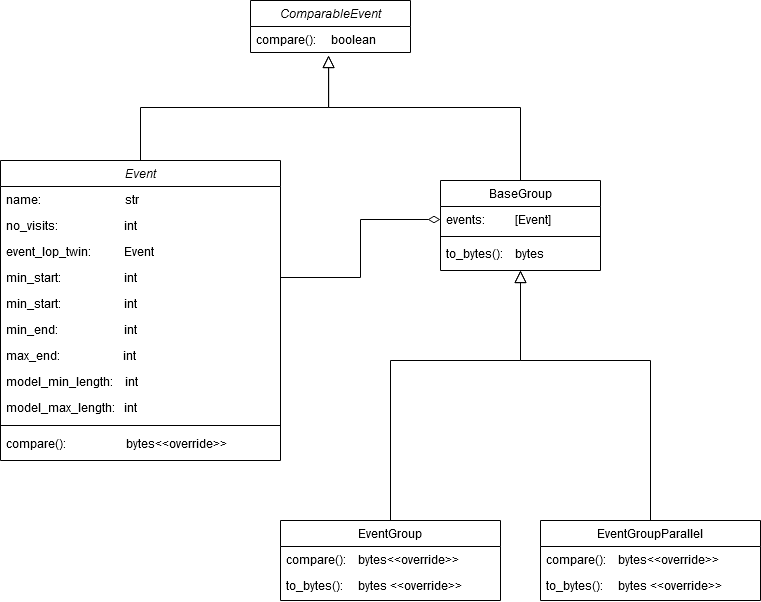
The draw.io diagram PracaInzynierskaTex/EventUML.png in psm8/automated-business-process-discovery, before a commit. Source tidied: cells renumbered, new cells last; positions are measured from the earlier drawing's top-left corner, leaving out a move shared by most shapes. The source it was exported from:
```xml
<mxGraphModel>
  <root>
    <mxCell id="0" />
    <mxCell id="1" parent="0" />
    <mxCell id="2" value="EventGroup" style="swimlane;fontStyle=0;align=center;verticalAlign=top;horizontal=1;startSize=26;rounded=0;shadow=0;strokeWidth=1;" parent="1" vertex="1">
      <mxGeometry x="280" y="520" width="220" height="80" as="geometry" />
    </mxCell>
    <mxCell id="3" value="compare():    bytes&lt;&lt;override&gt;&gt;" style="text;align=left;verticalAlign=top;spacingLeft=4;spacingRight=4;overflow=hidden;" parent="2" vertex="1">
      <mxGeometry y="26" width="220" height="26" as="geometry" />
    </mxCell>
    <mxCell id="4" value="to_bytes():     bytes &lt;&lt;override&gt;&gt;" style="text;align=left;verticalAlign=top;spacingLeft=4;spacingRight=4;overflow=hidden;" parent="2" vertex="1">
      <mxGeometry y="52" width="220" height="26" as="geometry" />
    </mxCell>
    <mxCell id="5" style="endArrow=block;endSize=10;endFill=0;shadow=0;strokeWidth=1;rounded=0;edgeStyle=elbowEdgeStyle;elbow=vertical;entryX=0.5;entryY=1;entryDx=0;entryDy=0;exitX=0.5;exitY=0;exitDx=0;exitDy=0;" parent="1" edge="1" source="2" target="10">
      <mxGeometry relative="1" as="geometry">
        <Array as="points">
          <mxPoint x="420" y="360" />
          <mxPoint x="180" y="580" />
        </Array>
      </mxGeometry>
    </mxCell>
    <mxCell id="6" value="EventGroupParallel" style="swimlane;fontStyle=0;align=center;verticalAlign=top;horizontal=1;startSize=26;rounded=0;shadow=0;strokeWidth=1;" parent="1" vertex="1">
      <mxGeometry x="540" y="520" width="220" height="80" as="geometry" />
    </mxCell>
    <mxCell id="7" value="compare():    bytes&lt;&lt;override&gt;&gt;" style="text;align=left;verticalAlign=top;spacingLeft=4;spacingRight=4;overflow=hidden;" parent="6" vertex="1">
      <mxGeometry y="26" width="220" height="26" as="geometry" />
    </mxCell>
    <mxCell id="8" value="to_bytes():     bytes &lt;&lt;override&gt;&gt;" style="text;align=left;verticalAlign=top;spacingLeft=4;spacingRight=4;overflow=hidden;" parent="6" vertex="1">
      <mxGeometry y="52" width="220" height="26" as="geometry" />
    </mxCell>
    <mxCell id="9" style="endArrow=block;endSize=10;endFill=0;shadow=0;strokeWidth=1;rounded=0;edgeStyle=elbowEdgeStyle;elbow=vertical;entryX=0.5;entryY=1;entryDx=0;entryDy=0;exitX=0.5;exitY=0;exitDx=0;exitDy=0;" parent="1" edge="1" source="6" target="10">
      <mxGeometry relative="1" as="geometry">
        <Array as="points">
          <mxPoint x="450" y="360" />
          <mxPoint x="300" y="580" />
        </Array>
      </mxGeometry>
    </mxCell>
    <mxCell id="10" value="BaseGroup" style="swimlane;fontStyle=0;align=center;verticalAlign=top;horizontal=1;startSize=26;rounded=0;shadow=0;strokeWidth=1;" parent="1" vertex="1">
      <mxGeometry x="440" y="180" width="160" height="90" as="geometry" />
    </mxCell>
    <mxCell id="11" value="events:          [Event]" style="text;align=left;verticalAlign=top;spacingLeft=4;spacingRight=4;overflow=hidden;points=[[0,0.5],[1,0.5]];portConstraint=eastwest;" parent="10" vertex="1">
      <mxGeometry y="26" width="160" height="26" as="geometry" />
    </mxCell>
    <mxCell id="12" style="line;html=1;strokeWidth=1;align=left;verticalAlign=middle;spacingTop=-1;spacingLeft=3;spacingRight=3;labelPosition=right;" parent="10" vertex="1">
      <mxGeometry y="52" width="160" height="8" as="geometry" />
    </mxCell>
    <mxCell id="13" value="to_bytes():    bytes" style="text;align=left;verticalAlign=top;spacingLeft=4;spacingRight=4;overflow=hidden;" parent="10" vertex="1">
      <mxGeometry y="60" width="160" height="26" as="geometry" />
    </mxCell>
    <mxCell id="14" value="ComparableEvent" style="swimlane;fontStyle=2;align=center;verticalAlign=top;horizontal=1;startSize=26;rounded=0;shadow=0;strokeWidth=1;" parent="1" vertex="1">
      <mxGeometry x="250" width="160" height="52" as="geometry" />
    </mxCell>
    <mxCell id="15" value="compare():     boolean" style="text;align=left;verticalAlign=top;spacingLeft=4;spacingRight=4;overflow=hidden;points=[[0,0.5],[1,0.5]];portConstraint=eastwest;" parent="14" vertex="1">
      <mxGeometry y="26" width="160" height="26" as="geometry" />
    </mxCell>
    <mxCell id="16" style="edgeStyle=elbowEdgeStyle;rounded=0;jettySize=auto;html=1;entryX=0.488;entryY=1.115;entryDx=0;entryDy=0;entryPerimeter=0;endArrow=block;endFill=0;endSize=10;elbow=vertical;" parent="1" edge="1" source="17" target="15">
      <mxGeometry relative="1" as="geometry">
        <Array as="points">
          <mxPoint x="330" y="107" />
        </Array>
      </mxGeometry>
    </mxCell>
    <mxCell id="17" value="Event" style="swimlane;fontStyle=2;align=center;verticalAlign=top;horizontal=1;startSize=26;rounded=0;shadow=0;strokeWidth=1;" parent="1" vertex="1">
      <mxGeometry y="160" width="280" height="300" as="geometry" />
    </mxCell>
    <mxCell id="18" value="name:                            str&#10;" style="text;align=left;verticalAlign=top;spacingLeft=4;spacingRight=4;overflow=hidden;" parent="17" vertex="1">
      <mxGeometry y="26" width="280" height="26" as="geometry" />
    </mxCell>
    <mxCell id="19" value="no_visits:                      int" style="text;align=left;verticalAlign=top;spacingLeft=4;spacingRight=4;overflow=hidden;rounded=0;shadow=0;html=0;" parent="17" vertex="1">
      <mxGeometry y="52" width="280" height="26" as="geometry" />
    </mxCell>
    <mxCell id="20" value="event_lop_twin:           Event" style="text;align=left;verticalAlign=top;spacingLeft=4;spacingRight=4;overflow=hidden;rounded=0;shadow=0;html=0;" parent="17" vertex="1">
      <mxGeometry y="78" width="280" height="26" as="geometry" />
    </mxCell>
    <mxCell id="21" value="min_start:                     int" style="text;align=left;verticalAlign=top;spacingLeft=4;spacingRight=4;overflow=hidden;points=[[0,0.5],[1,0.5]];portConstraint=eastwest;rounded=0;shadow=0;html=0;" parent="17" vertex="1">
      <mxGeometry y="104" width="280" height="26" as="geometry" />
    </mxCell>
    <mxCell id="22" value="min_start:                     int" style="text;align=left;verticalAlign=top;spacingLeft=4;spacingRight=4;overflow=hidden;rounded=0;shadow=0;html=0;" parent="17" vertex="1">
      <mxGeometry y="130" width="280" height="26" as="geometry" />
    </mxCell>
    <mxCell id="23" value="min_end:                      int" style="text;align=left;verticalAlign=top;spacingLeft=4;spacingRight=4;overflow=hidden;rounded=0;shadow=0;html=0;" parent="17" vertex="1">
      <mxGeometry y="156" width="280" height="26" as="geometry" />
    </mxCell>
    <mxCell id="24" value="max_end:                     int" style="text;align=left;verticalAlign=top;spacingLeft=4;spacingRight=4;overflow=hidden;rounded=0;shadow=0;html=0;" parent="17" vertex="1">
      <mxGeometry y="182" width="280" height="26" as="geometry" />
    </mxCell>
    <mxCell id="25" value="model_min_length:    int" style="text;align=left;verticalAlign=top;spacingLeft=4;spacingRight=4;overflow=hidden;rounded=0;shadow=0;html=0;" parent="17" vertex="1">
      <mxGeometry y="208" width="280" height="26" as="geometry" />
    </mxCell>
    <mxCell id="26" value="model_max_length:   int" style="text;align=left;verticalAlign=top;spacingLeft=4;spacingRight=4;overflow=hidden;rounded=0;shadow=0;html=0;" parent="17" vertex="1">
      <mxGeometry y="234" width="280" height="26" as="geometry" />
    </mxCell>
    <mxCell id="27" style="line;html=1;strokeWidth=1;align=left;verticalAlign=middle;spacingTop=-1;spacingLeft=3;spacingRight=3;labelPosition=right;" parent="17" vertex="1">
      <mxGeometry y="260" width="280" height="10" as="geometry" />
    </mxCell>
    <mxCell id="28" value="compare():                    bytes&lt;&lt;override&gt;&gt;" style="text;align=left;verticalAlign=top;spacingLeft=4;spacingRight=4;overflow=hidden;" parent="17" vertex="1">
      <mxGeometry y="270" width="280" height="26" as="geometry" />
    </mxCell>
    <mxCell id="29" style="edgeStyle=elbowEdgeStyle;rounded=0;jettySize=auto;html=1;endArrow=block;endFill=0;endSize=10;elbow=vertical;exitX=0.5;exitY=0;exitDx=0;exitDy=0;entryX=0.488;entryY=1.115;entryDx=0;entryDy=0;entryPerimeter=0;" parent="1" edge="1" source="10" target="15">
      <mxGeometry relative="1" as="geometry">
        <Array as="points">
          <mxPoint x="320" y="107" />
          <mxPoint x="330" y="107" />
          <mxPoint x="330" y="107" />
        </Array>
      </mxGeometry>
    </mxCell>
    <mxCell id="30" style="edgeStyle=elbowEdgeStyle;rounded=0;jettySize=auto;html=1;entryX=0;entryY=0.5;entryDx=0;entryDy=0;endArrow=diamondThin;endFill=0;endSize=10;strokeColor=#000000;exitX=1;exitY=0.5;exitDx=0;exitDy=0;" parent="1" edge="1" source="21" target="11">
      <mxGeometry relative="1" as="geometry" />
    </mxCell>
  </root>
</mxGraphModel>
```
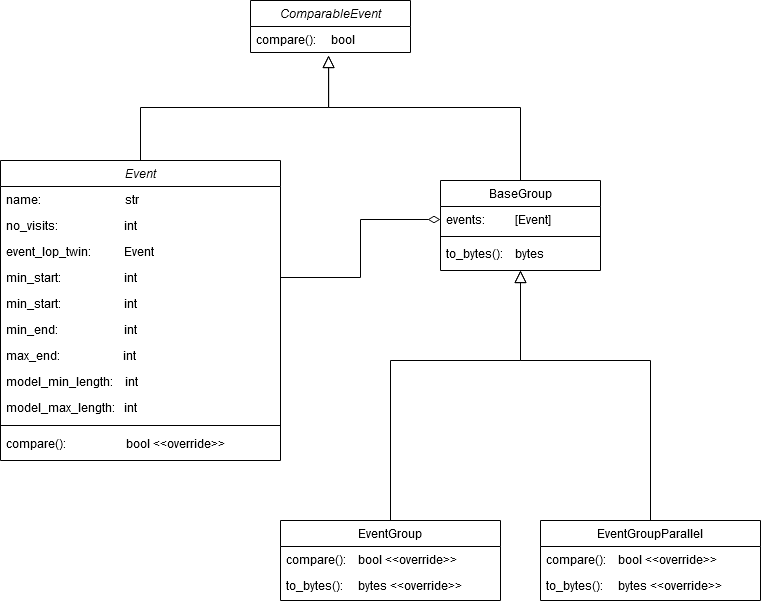
The same diagram one commit later.

Change to the diagram source:
```diff
@@ -5,7 +5,7 @@
     <mxCell id="2" value="EventGroup" style="swimlane;fontStyle=0;align=center;verticalAlign=top;horizontal=1;startSize=26;rounded=0;shadow=0;strokeWidth=1;" parent="1" vertex="1">
       <mxGeometry x="280" y="520" width="220" height="80" as="geometry" />
     </mxCell>
-    <mxCell id="3" value="compare():    bytes&lt;&lt;override&gt;&gt;" style="text;align=left;verticalAlign=top;spacingLeft=4;spacingRight=4;overflow=hidden;" parent="2" vertex="1">
+    <mxCell id="3" value="compare():    bool &lt;&lt;override&gt;&gt;" style="text;align=left;verticalAlign=top;spacingLeft=4;spacingRight=4;overflow=hidden;" parent="2" vertex="1">
       <mxGeometry y="26" width="220" height="26" as="geometry" />
     </mxCell>
     <mxCell id="4" value="to_bytes():     bytes &lt;&lt;override&gt;&gt;" style="text;align=left;verticalAlign=top;spacingLeft=4;spacingRight=4;overflow=hidden;" parent="2" vertex="1">
@@ -22,7 +22,7 @@
     <mxCell id="6" value="EventGroupParallel" style="swimlane;fontStyle=0;align=center;verticalAlign=top;horizontal=1;startSize=26;rounded=0;shadow=0;strokeWidth=1;" parent="1" vertex="1">
       <mxGeometry x="540" y="520" width="220" height="80" as="geometry" />
     </mxCell>
-    <mxCell id="7" value="compare():    bytes&lt;&lt;override&gt;&gt;" style="text;align=left;verticalAlign=top;spacingLeft=4;spacingRight=4;overflow=hidden;" parent="6" vertex="1">
+    <mxCell id="7" value="compare():    bool &lt;&lt;override&gt;&gt;" style="text;align=left;verticalAlign=top;spacingLeft=4;spacingRight=4;overflow=hidden;" parent="6" vertex="1">
       <mxGeometry y="26" width="220" height="26" as="geometry" />
     </mxCell>
     <mxCell id="8" value="to_bytes():     bytes &lt;&lt;override&gt;&gt;" style="text;align=left;verticalAlign=top;spacingLeft=4;spacingRight=4;overflow=hidden;" parent="6" vertex="1">
@@ -51,7 +51,7 @@
     <mxCell id="14" value="ComparableEvent" style="swimlane;fontStyle=2;align=center;verticalAlign=top;horizontal=1;startSize=26;rounded=0;shadow=0;strokeWidth=1;" parent="1" vertex="1">
       <mxGeometry x="250" width="160" height="52" as="geometry" />
     </mxCell>
-    <mxCell id="15" value="compare():     boolean" style="text;align=left;verticalAlign=top;spacingLeft=4;spacingRight=4;overflow=hidden;points=[[0,0.5],[1,0.5]];portConstraint=eastwest;" parent="14" vertex="1">
+    <mxCell id="15" value="compare():     bool" style="text;align=left;verticalAlign=top;spacingLeft=4;spacingRight=4;overflow=hidden;points=[[0,0.5],[1,0.5]];portConstraint=eastwest;" parent="14" vertex="1">
       <mxGeometry y="26" width="160" height="26" as="geometry" />
     </mxCell>
     <mxCell id="16" style="edgeStyle=elbowEdgeStyle;rounded=0;jettySize=auto;html=1;entryX=0.488;entryY=1.115;entryDx=0;entryDy=0;entryPerimeter=0;endArrow=block;endFill=0;endSize=10;elbow=vertical;" parent="1" edge="1" source="17" target="15">
@@ -94,7 +94,7 @@
     <mxCell id="27" style="line;html=1;strokeWidth=1;align=left;verticalAlign=middle;spacingTop=-1;spacingLeft=3;spacingRight=3;labelPosition=right;" parent="17" vertex="1">
       <mxGeometry y="260" width="280" height="10" as="geometry" />
     </mxCell>
-    <mxCell id="28" value="compare():                    bytes&lt;&lt;override&gt;&gt;" style="text;align=left;verticalAlign=top;spacingLeft=4;spacingRight=4;overflow=hidden;" parent="17" vertex="1">
+    <mxCell id="28" value="compare():                    bool &lt;&lt;override&gt;&gt;" style="text;align=left;verticalAlign=top;spacingLeft=4;spacingRight=4;overflow=hidden;" parent="17" vertex="1">
       <mxGeometry y="270" width="280" height="26" as="geometry" />
     </mxCell>
     <mxCell id="29" style="edgeStyle=elbowEdgeStyle;rounded=0;jettySize=auto;html=1;endArrow=block;endFill=0;endSize=10;elbow=vertical;exitX=0.5;exitY=0;exitDx=0;exitDy=0;entryX=0.488;entryY=1.115;entryDx=0;entryDy=0;entryPerimeter=0;" parent="1" edge="1" source="10" target="15">
```
